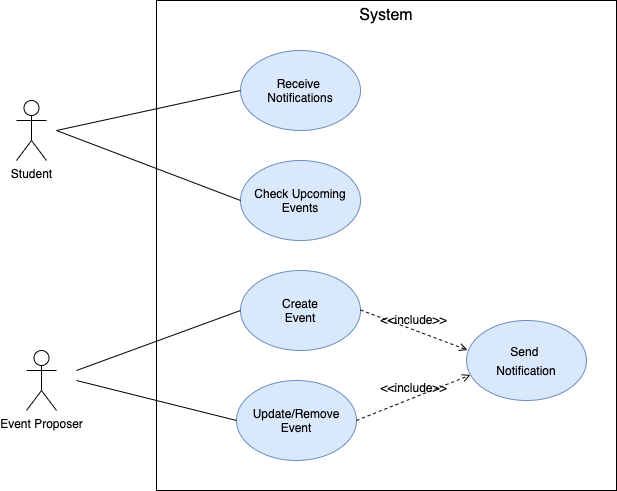
Above: images/use-case-diagram.drawio.png in LEIC-ES-2021-22/3LEIC01T1 (draw.io), before the change. Source tidied: cells renumbered, new cells last; positions are measured from the earlier drawing's top-left corner, leaving out a move shared by most shapes.
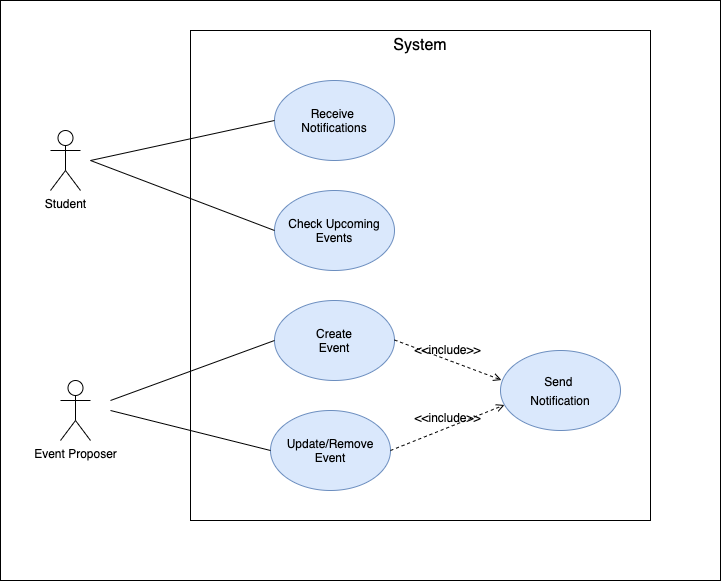
The same file after the commit.

Commit message:
Fixed #3, figures have background now

The edit, as a diff of the source:
```diff
@@ -2,6 +2,9 @@
   <root>
     <mxCell id="0" />
     <mxCell id="1" parent="0" />
+    <mxCell id="17" style="rounded=0;whiteSpace=wrap;html=1;" parent="1" vertex="1">
+      <mxGeometry x="-50" y="-30" width="720" height="580" as="geometry" />
+    </mxCell>
     <mxCell id="2" style="rounded=0;whiteSpace=wrap;html=1;" parent="1" vertex="1">
       <mxGeometry x="140" width="460" height="490" as="geometry" />
     </mxCell>
```
